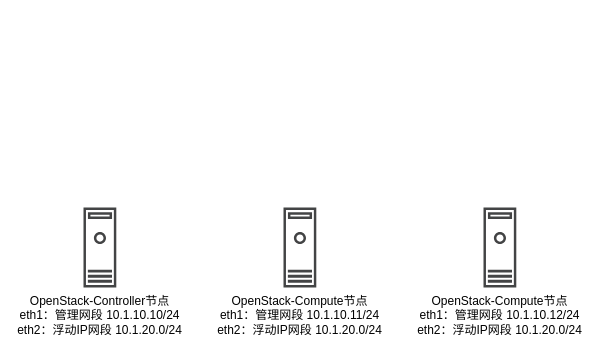
Above: 物理架构图.drawio in lrAltas/DrwaIO (draw.io), before the change. Source tidied: cells renumbered, new cells numbered last; positions are measured from the earlier drawing's top-left corner, leaving out a move shared by most shapes. Both pictures are drawn from the tidied source at 100%, with x=0, y=0 at pixel (83, 207).
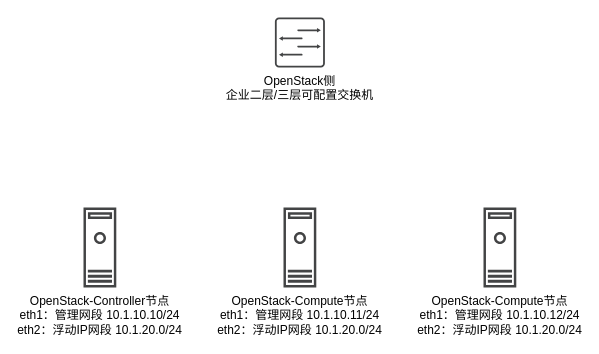
The same diagram, later.

Commit message (it also covers changes not shown here):
更新物理架构图.drawio

The edit, as a diff of the source:
```diff
@@
 <mxGraphModel>
   <root>
     <mxCell id="0" />
     <mxCell id="1" parent="0" />
     <mxCell id="2" value="&lt;div&gt;OpenStack-Controller节点&lt;/div&gt;&lt;div&gt;eth1：管理网段 10.1.10.10/24&lt;/div&gt;&lt;div&gt;eth2：浮动IP网段 10.1.20.0/24&lt;/div&gt;" style="sketch=0;shadow=0;dashed=0;html=1;strokeColor=none;fillColor=#434445;labelPosition=center;verticalLabelPosition=bottom;verticalAlign=top;align=center;shape=mxgraph.vvd.machine;" parent="1" vertex="1">
       <mxGeometry width="32.8" height="80" as="geometry" />
     </mxCell>
     <mxCell id="3" value="&lt;div&gt;OpenStack-Compute节点&lt;/div&gt;&lt;div&gt;eth1：管理网段 10.1.10.11/24&lt;/div&gt;&lt;div&gt;eth2：浮动IP网段 10.1.20.0/24&lt;/div&gt;" style="sketch=0;shadow=0;dashed=0;html=1;strokeColor=none;fillColor=#434445;labelPosition=center;verticalLabelPosition=bottom;verticalAlign=top;align=center;shape=mxgraph.vvd.machine;" parent="1" vertex="1">
       <mxGeometry x="200" width="32.8" height="80" as="geometry" />
     </mxCell>
     <mxCell id="4" value="&lt;div&gt;OpenStack-Compute节点&lt;/div&gt;&lt;div&gt;eth1：管理网段 10.1.10.12/24&lt;/div&gt;&lt;div&gt;eth2：浮动IP网段 10.1.20.0/24&lt;/div&gt;" style="sketch=0;shadow=0;dashed=0;html=1;strokeColor=none;fillColor=#434445;labelPosition=center;verticalLabelPosition=bottom;verticalAlign=top;align=center;shape=mxgraph.vvd.machine;" parent="1" vertex="1">
       <mxGeometry x="400" width="32.8" height="80" as="geometry" />
     </mxCell>
+    <mxCell id="5" value="&lt;div&gt;&lt;div&gt;OpenStack侧&lt;/div&gt;&lt;/div&gt;&lt;div&gt;企业二层/三层可配置交换机&lt;/div&gt;" style="sketch=0;shadow=0;dashed=0;html=1;strokeColor=none;fillColor=#434445;labelPosition=center;verticalLabelPosition=bottom;verticalAlign=top;align=center;shape=mxgraph.vvd.switch;" parent="1" vertex="1">
+      <mxGeometry x="191.4" y="-190" width="50" height="50" as="geometry" />
+    </mxCell>
   </root>
 </mxGraphModel>
```
